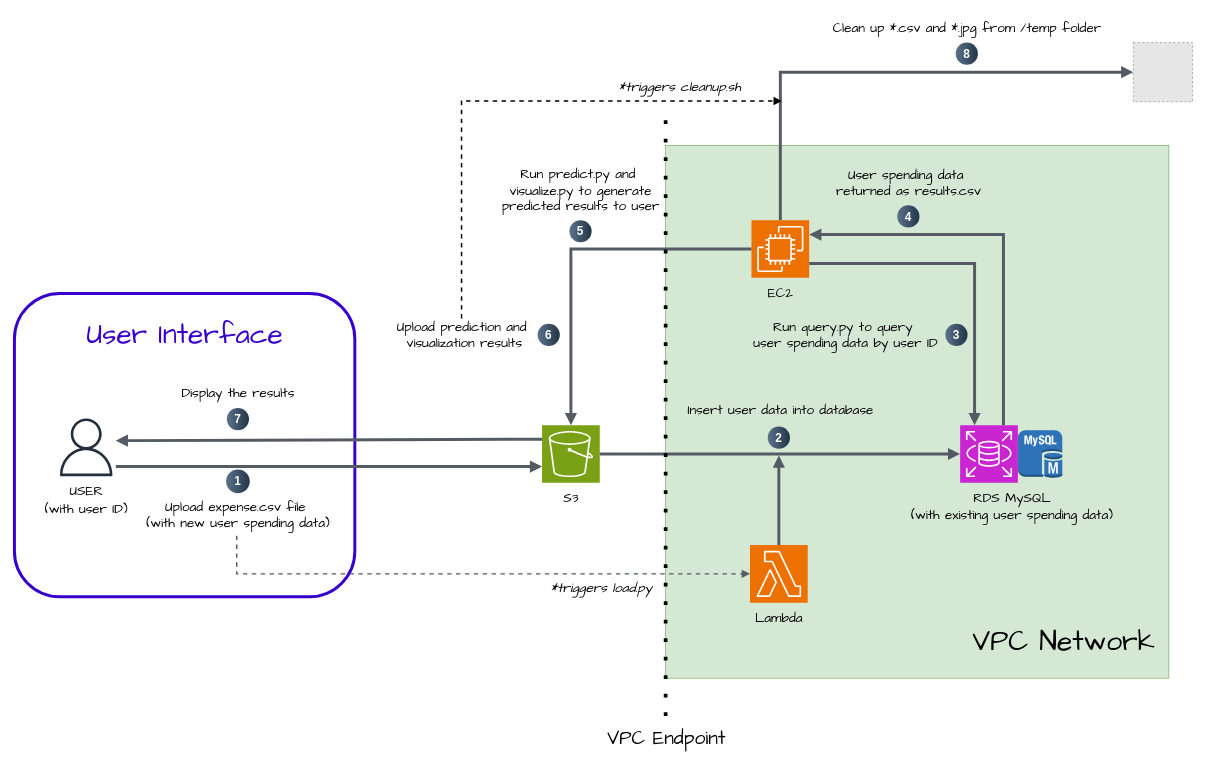
yhouyang02/personal-finance-management keeps this draw.io diagram as doc/architecture.drawio.xml. Above is the earlier version. Source tidied: cells renumbered, new cells numbered last; positions are measured from the earlier drawing's top-left corner, leaving out a move shared by most shapes. Both pictures are drawn from the tidied source at 74%, with x=0, y=0 at pixel (14, 13). Pictures stored in the file or linked from it are replaced by grey dashed boxes.
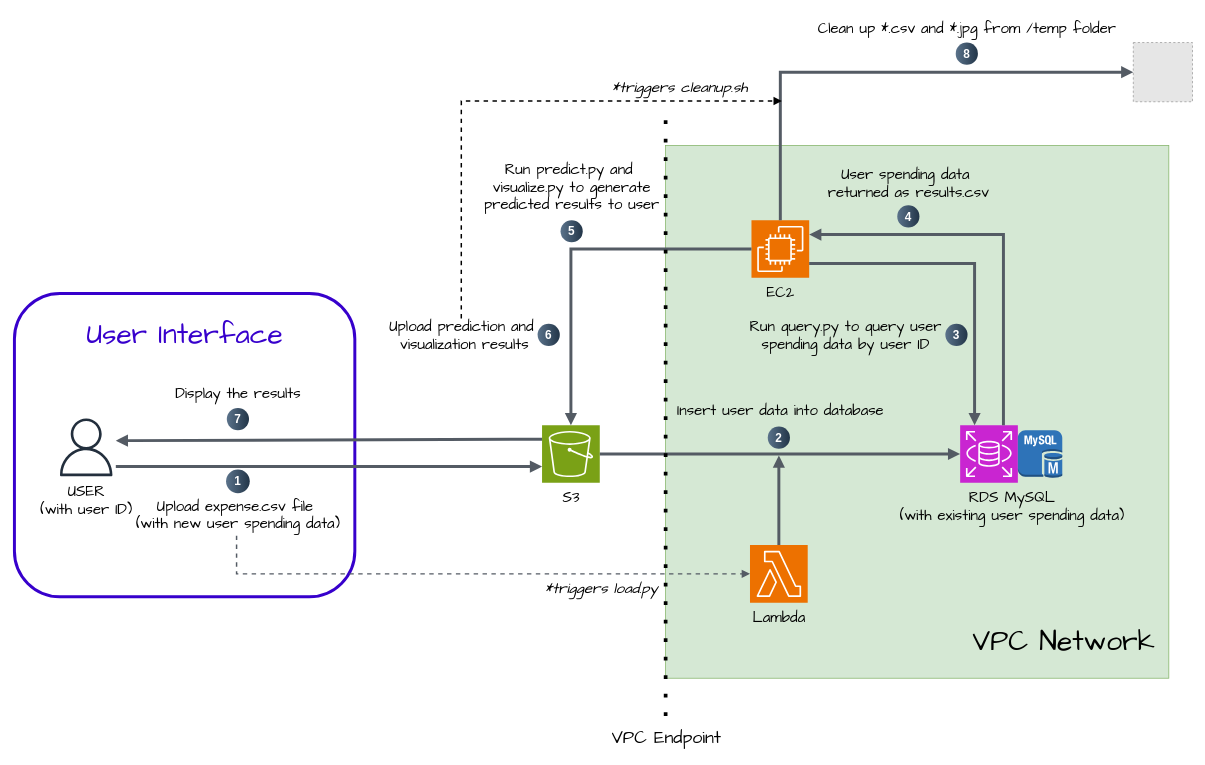
Above is the later version.

Commit message (it also covers changes not shown here):
Enlarged system architecture diagram

The edit, as a diff of the source:
```diff
@@
-    <mxCell id="11" value="&lt;font&gt;USER&lt;/font&gt;" style="text;html=1;align=center;verticalAlign=middle;strokeColor=none;fillColor=none;fontFamily=Comic Sans MS;fontSize=18;" parent="1" vertex="1">
-      <mxGeometry x="62" y="626" width="70" height="40" as="geometry" />
+    <mxCell id="11" value="&lt;font style=&quot;font-size: 20px;&quot;&gt;USER&lt;/font&gt;" style="text;html=1;align=center;verticalAlign=middle;strokeColor=none;fillColor=none;fontFamily=Comic Sans MS;fontSize=20;" parent="1" vertex="1">
+      <mxGeometry x="57" y="626" width="80" height="40" as="geometry" />
     </mxCell>
-    <mxCell id="12" value="&lt;font&gt;S3&lt;/font&gt;" style="text;html=1;align=center;verticalAlign=middle;strokeColor=none;fillColor=none;fontFamily=Comic Sans MS;fontSize=18;" parent="1" vertex="1">
+    <mxCell id="12" value="&lt;font style=&quot;font-size: 20px;&quot;&gt;S3&lt;/font&gt;" style="text;html=1;align=center;verticalAlign=middle;strokeColor=none;fillColor=none;fontFamily=Comic Sans MS;fontSize=20;" parent="1" vertex="1">
       <mxGeometry x="727" y="635" width="50" height="40" as="geometry" />
     </mxCell>
-    <mxCell id="13" value="&lt;font&gt;EC2&lt;/font&gt;" style="text;html=1;align=center;verticalAlign=middle;strokeColor=none;fillColor=none;fontFamily=Comic Sans MS;fontSize=18;" parent="1" vertex="1">
+    <mxCell id="13" value="&lt;font style=&quot;font-size: 20px;&quot;&gt;EC2&lt;/font&gt;" style="text;html=1;align=center;verticalAlign=middle;strokeColor=none;fillColor=none;fontFamily=Comic Sans MS;fontSize=20;" parent="1" vertex="1">
       <mxGeometry x="1005" y="358" width="60" height="40" as="geometry" />
     </mxCell>
-    <mxCell id="14" value="&lt;font&gt;RDS MySQL&lt;/font&gt;" style="text;html=1;align=center;verticalAlign=middle;strokeColor=none;fillColor=none;fontFamily=Comic Sans MS;fontSize=18;" parent="1" vertex="1">
-      <mxGeometry x="1283" y="635" width="130" height="40" as="geometry" />
+    <mxCell id="14" value="&lt;font style=&quot;font-size: 20px;&quot;&gt;RDS MySQL&lt;/font&gt;" style="text;html=1;align=center;verticalAlign=middle;strokeColor=none;fillColor=none;fontFamily=Comic Sans MS;fontSize=20;" parent="1" vertex="1">
+      <mxGeometry x="1278" y="635" width="140" height="40" as="geometry" />
     </mxCell>
@@
     <mxCell id="22" value="5" style="ellipse;whiteSpace=wrap;html=1;rotation=0;gradientColor=#223548;strokeColor=none;gradientDirection=east;fillColor=#5b738b;rounded=0;fontFamily=Helvetica;fontSize=16;fontColor=#FFFFFF;spacingTop=4;spacingBottom=4;spacingLeft=4;spacingRight=4;fontStyle=1;" parent="1" vertex="1">
-      <mxGeometry x="750" y="280" width="30" height="30" as="geometry" />
+      <mxGeometry x="738" y="280" width="30" height="30" as="geometry" />
     </mxCell>
@@
-    <mxCell id="24" value="&lt;font&gt;Upload expense.csv file&amp;nbsp;&lt;/font&gt;&lt;div&gt;&lt;font&gt;(with new&amp;nbsp;&lt;/font&gt;&lt;span style=&quot;background-color: initial;&quot;&gt;user spending data)&lt;/span&gt;&lt;/div&gt;" style="text;html=1;align=center;verticalAlign=middle;points=[];strokeColor=none;fillColor=none;fontFamily=Comic Sans MS;fontSize=18;" parent="1" vertex="1">
-      <mxGeometry x="167" y="648" width="270" height="60" as="geometry" />
+    <mxCell id="24" value="&lt;font style=&quot;font-size: 20px;&quot;&gt;Upload expense.csv file&amp;nbsp;&lt;/font&gt;&lt;div style=&quot;font-size: 20px;&quot;&gt;&lt;font style=&quot;font-size: 20px;&quot;&gt;(with new&amp;nbsp;&lt;/font&gt;&lt;span style=&quot;background-color: initial; font-size: 20px;&quot;&gt;user spending data)&lt;/span&gt;&lt;/div&gt;" style="text;html=1;align=center;verticalAlign=middle;points=[];strokeColor=none;fillColor=none;fontFamily=Comic Sans MS;fontSize=20;" parent="1" vertex="1">
+      <mxGeometry x="152" y="648" width="300" height="60" as="geometry" />
     </mxCell>
-    <mxCell id="25" value="&lt;font&gt;Lambda&lt;/font&gt;" style="text;html=1;align=center;verticalAlign=middle;strokeColor=none;fillColor=none;fontFamily=Comic Sans MS;fontSize=18;" parent="1" vertex="1">
+    <mxCell id="25" value="&lt;font style=&quot;font-size: 20px;&quot;&gt;Lambda&lt;/font&gt;" style="text;html=1;align=center;verticalAlign=middle;strokeColor=none;fillColor=none;fontFamily=Comic Sans MS;fontSize=20;" parent="1" vertex="1">
       <mxGeometry x="988" y="797" width="90" height="40" as="geometry" />
     </mxCell>
@@
-    <mxCell id="27" value="&lt;font&gt;&lt;span&gt;Insert user data into database&lt;/span&gt;&lt;/font&gt;" style="text;html=1;align=center;verticalAlign=middle;strokeColor=none;fillColor=none;fontFamily=Comic Sans MS;fontSize=18;" parent="1" vertex="1">
-      <mxGeometry x="895" y="517" width="280" height="40" as="geometry" />
+    <mxCell id="27" value="&lt;font style=&quot;font-size: 20px;&quot;&gt;&lt;span style=&quot;font-size: 20px;&quot;&gt;Insert user data into database&lt;/span&gt;&lt;/font&gt;" style="text;html=1;align=center;verticalAlign=middle;strokeColor=none;fillColor=none;fontFamily=Comic Sans MS;fontSize=20;" parent="1" vertex="1">
+      <mxGeometry x="880" y="517" width="310" height="40" as="geometry" />
     </mxCell>
-    <mxCell id="28" value="&lt;div&gt;&lt;font&gt;(with existing&amp;nbsp;&lt;/font&gt;&lt;span style=&quot;background-color: initial;&quot;&gt;user spending data)&lt;/span&gt;&lt;/div&gt;" style="text;html=1;align=center;verticalAlign=middle;strokeColor=none;fillColor=none;fontFamily=Comic Sans MS;fontSize=18;" parent="1" vertex="1">
-      <mxGeometry x="1193" y="659" width="310" height="40" as="geometry" />
+    <mxCell id="28" value="&lt;div style=&quot;font-size: 20px;&quot;&gt;&lt;font style=&quot;font-size: 20px;&quot;&gt;(with existing&amp;nbsp;&lt;/font&gt;&lt;span style=&quot;background-color: initial; font-size: 20px;&quot;&gt;user spending data)&lt;/span&gt;&lt;/div&gt;" style="text;html=1;align=center;verticalAlign=middle;strokeColor=none;fillColor=none;fontFamily=Comic Sans MS;fontSize=20;" parent="1" vertex="1">
+      <mxGeometry x="1178" y="659" width="340" height="40" as="geometry" />
     </mxCell>
-    <mxCell id="29" value="&lt;font&gt;&lt;span&gt;(with user ID)&lt;/span&gt;&lt;/font&gt;" style="text;html=1;align=center;verticalAlign=middle;strokeColor=none;fillColor=none;fontFamily=Comic Sans MS;fontSize=18;" parent="1" vertex="1">
-      <mxGeometry x="27" y="650" width="140" height="40" as="geometry" />
+    <mxCell id="29" value="&lt;font style=&quot;font-size: 20px;&quot;&gt;&lt;span style=&quot;font-size: 20px;&quot;&gt;(with user ID)&lt;/span&gt;&lt;/font&gt;" style="text;html=1;align=center;verticalAlign=middle;strokeColor=none;fillColor=none;fontFamily=Comic Sans MS;fontSize=20;" parent="1" vertex="1">
+      <mxGeometry x="17" y="650" width="160" height="40" as="geometry" />
     </mxCell>
@@
-    <mxCell id="31" value="*triggers load.py" style="text;html=1;align=center;verticalAlign=middle;strokeColor=none;fillColor=none;fontFamily=Comic Sans MS;fontSize=18;fontStyle=2;" parent="1" vertex="1">
-      <mxGeometry x="713" y="757" width="160" height="40" as="geometry" />
+    <mxCell id="31" value="*triggers load.py" style="text;html=1;align=center;verticalAlign=middle;strokeColor=none;fillColor=none;fontFamily=Comic Sans MS;fontSize=20;fontStyle=2;" parent="1" vertex="1">
+      <mxGeometry x="703" y="757" width="180" height="40" as="geometry" />
     </mxCell>
-    <mxCell id="32" value="Run query.py to query&amp;nbsp;&lt;div&gt;user spending&amp;nbsp;&lt;span style=&quot;background-color: initial;&quot;&gt;data by user ID&lt;/span&gt;&lt;/div&gt;" style="text;html=1;align=center;verticalAlign=middle;strokeColor=none;fillColor=none;fontFamily=Comic Sans MS;fontSize=18;" parent="1" vertex="1">
-      <mxGeometry x="983" y="405" width="280" height="60" as="geometry" />
+    <mxCell id="32" value="Run query.py to query&amp;nbsp;&lt;span style=&quot;background-color: initial;&quot;&gt;user&lt;/span&gt;&lt;div&gt;&lt;span style=&quot;background-color: initial;&quot;&gt;spending&amp;nbsp;&lt;/span&gt;&lt;span style=&quot;background-color: initial;&quot;&gt;data by user ID&lt;/span&gt;&lt;/div&gt;" style="text;html=1;align=center;verticalAlign=middle;strokeColor=none;fillColor=none;fontFamily=Comic Sans MS;fontSize=20;" parent="1" vertex="1">
+      <mxGeometry x="988" y="405" width="270" height="60" as="geometry" />
     </mxCell>
-    <mxCell id="33" value="User spending data&amp;nbsp;&lt;div&gt;returned as results.csv&lt;/div&gt;" style="text;html=1;align=center;verticalAlign=middle;strokeColor=none;fillColor=none;fontFamily=Comic Sans MS;fontSize=18;" parent="1" vertex="1">
-      <mxGeometry x="1098" y="200" width="220" height="60" as="geometry" />
+    <mxCell id="33" value="User spending data&amp;nbsp;&lt;div style=&quot;font-size: 20px;&quot;&gt;returned as results.csv&lt;/div&gt;" style="text;html=1;align=center;verticalAlign=middle;strokeColor=none;fillColor=none;fontFamily=Comic Sans MS;fontSize=20;fontStyle=0;" parent="1" vertex="1">
+      <mxGeometry x="1088" y="200" width="240" height="60" as="geometry" />
     </mxCell>
-    <mxCell id="34" value="Run predict.py and&amp;nbsp;&lt;div&gt;visualize.py&amp;nbsp;&lt;span style=&quot;background-color: initial;&quot;&gt;to generate&lt;/span&gt;&lt;/div&gt;&lt;div&gt;&lt;span style=&quot;background-color: initial;&quot;&gt;predicted results to user&lt;/span&gt;&lt;/div&gt;" style="text;html=1;align=center;verticalAlign=middle;strokeColor=none;fillColor=none;fontFamily=Comic Sans MS;fontSize=18;" parent="1" vertex="1">
-      <mxGeometry x="650" y="200" width="230" height="80" as="geometry" />
+    <mxCell id="34" value="Run predict.py and&amp;nbsp;&lt;div style=&quot;font-size: 20px;&quot;&gt;visualize.py&amp;nbsp;&lt;span style=&quot;background-color: initial; font-size: 20px;&quot;&gt;to generate&lt;/span&gt;&lt;/div&gt;&lt;div style=&quot;font-size: 20px;&quot;&gt;&lt;span style=&quot;background-color: initial; font-size: 20px;&quot;&gt;predicted results to user&lt;/span&gt;&lt;/div&gt;" style="text;html=1;align=center;verticalAlign=middle;strokeColor=none;fillColor=none;fontFamily=Comic Sans MS;fontSize=20;" parent="1" vertex="1">
+      <mxGeometry x="623" y="190" width="260" height="90" as="geometry" />
     </mxCell>
@@
-    <mxCell id="37" value="Clean up *.csv and *.jpg from /temp folder" style="text;html=1;align=center;verticalAlign=middle;strokeColor=none;fillColor=none;fontFamily=Comic Sans MS;fontSize=18;" parent="1" vertex="1">
-      <mxGeometry x="1097" width="380" height="40" as="geometry" />
+    <mxCell id="37" value="Clean up *.csv and *.jpg from /temp folder" style="text;html=1;align=center;verticalAlign=middle;strokeColor=none;fillColor=none;fontFamily=Comic Sans MS;fontSize=20;" parent="1" vertex="1">
+      <mxGeometry x="1077" width="420" height="40" as="geometry" />
     </mxCell>
-    <mxCell id="38" value="*triggers cleanup.sh" style="text;html=1;align=center;verticalAlign=middle;strokeColor=none;fillColor=none;fontFamily=Comic Sans MS;fontSize=18;fontStyle=2;" parent="1" vertex="1">
-      <mxGeometry x="804" y="80" width="190" height="40" as="geometry" />
+    <mxCell id="38" value="*triggers cleanup.sh" style="text;html=1;align=center;verticalAlign=middle;strokeColor=none;fillColor=none;fontFamily=Comic Sans MS;fontSize=20;fontStyle=2;" parent="1" vertex="1">
+      <mxGeometry x="794" y="80" width="210" height="40" as="geometry" />
     </mxCell>
@@
-    <mxCell id="42" value="Upload prediction and&amp;nbsp;&lt;div&gt;visualization results&lt;/div&gt;" style="text;html=1;align=center;verticalAlign=middle;points=[];strokeColor=none;fillColor=none;fontFamily=Comic Sans MS;fontSize=18;" parent="1" vertex="1">
-      <mxGeometry x="503" y="405" width="210" height="60" as="geometry" />
+    <mxCell id="42" value="Upload prediction and&amp;nbsp;&lt;div style=&quot;font-size: 20px;&quot;&gt;visualization results&lt;/div&gt;" style="text;html=1;align=center;verticalAlign=middle;points=[];strokeColor=none;fillColor=none;fontFamily=Comic Sans MS;fontSize=20;" parent="1" vertex="1">
+      <mxGeometry x="493" y="405" width="230" height="60" as="geometry" />
     </mxCell>
@@
-    <mxCell id="44" value="Display the results" style="text;html=1;align=center;verticalAlign=middle;strokeColor=none;fillColor=none;fontFamily=Comic Sans MS;fontSize=18;" parent="1" vertex="1">
-      <mxGeometry x="212" y="493.8" width="180" height="40" as="geometry" />
+    <mxCell id="44" value="Display the results" style="text;html=1;align=center;verticalAlign=middle;strokeColor=none;fillColor=none;fontFamily=Comic Sans MS;fontSize=20;" parent="1" vertex="1">
+      <mxGeometry x="202" y="493.8" width="200" height="40" as="geometry" />
     </mxCell>
@@
-    <mxCell id="48" value="&lt;font face=&quot;Comic Sans MS&quot; style=&quot;font-size: 26px;&quot;&gt;VPC Endpoint&lt;/font&gt;" style="text;html=1;align=center;verticalAlign=middle;strokeColor=none;fillColor=none;" parent="1" vertex="1">
-      <mxGeometry x="791" y="960" width="180" height="40" as="geometry" />
+    <mxCell id="48" value="&lt;font style=&quot;font-size: 24px;&quot;&gt;VPC Endpoint&lt;/font&gt;" style="text;html=1;align=center;verticalAlign=middle;strokeColor=none;fillColor=none;fontSize=24;fontFamily=Comic Sans MS;" parent="1" vertex="1">
+      <mxGeometry x="796" y="960" width="170" height="40" as="geometry" />
     </mxCell>
```
